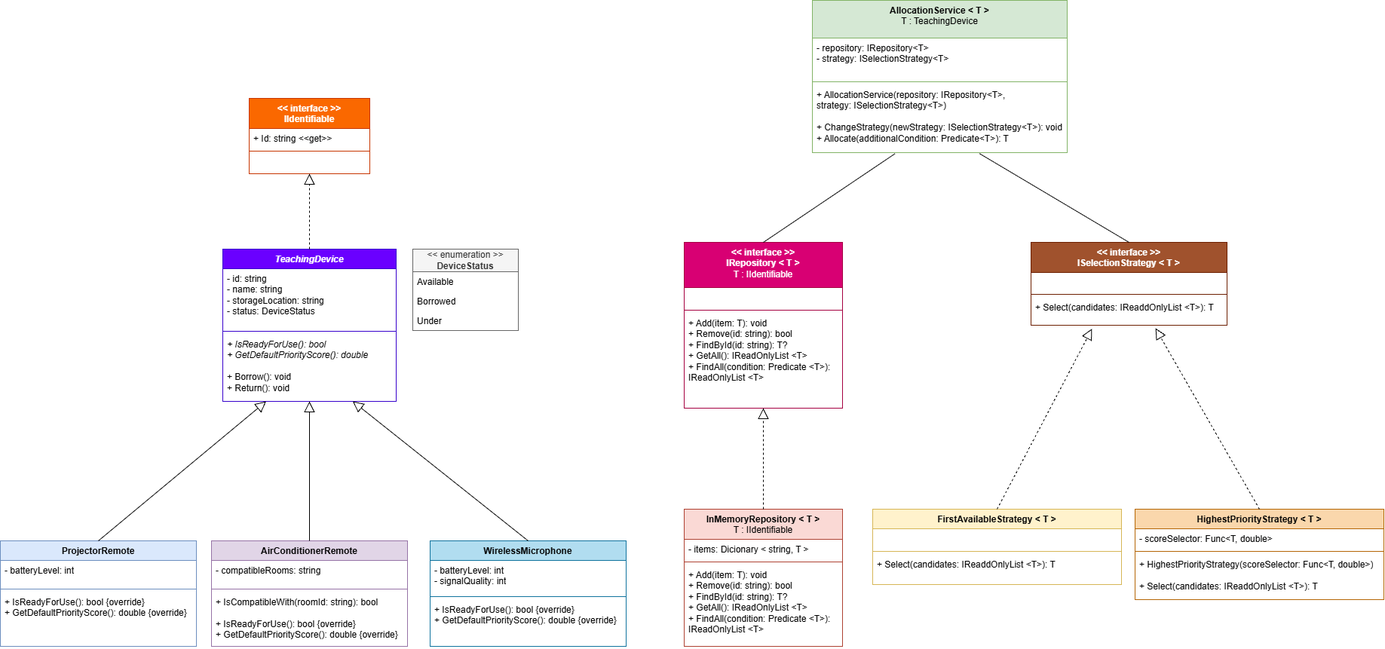
This is LAB_07/UML/Business_UML.png from Vithx06/OOP_LAB, a draw.io export, as it was before one commit. Source tidied: cells renumbered, new cells last; positions are measured from the earlier drawing's top-left corner, leaving out a move shared by most shapes.
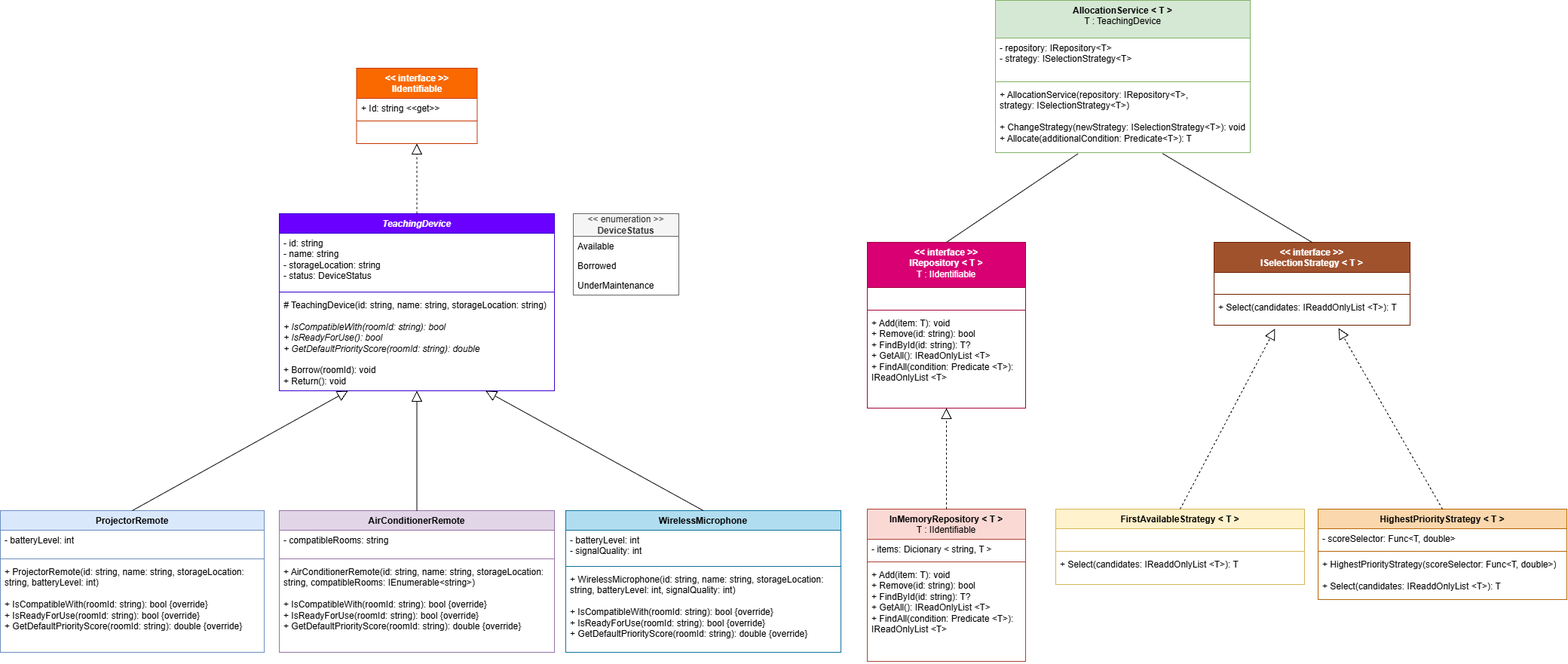
The same file after the commit.

Commit message:
Lab_07 update Business UML

Diff of the diagram source:
```diff
@@ -3,7 +3,7 @@
     <mxCell id="0" />
     <mxCell id="1" parent="0" />
     <mxCell id="2" value="&amp;lt;&amp;lt; enumeration &amp;gt;&amp;gt;&lt;div&gt;&lt;b&gt;DeviceStatus&lt;/b&gt;&lt;/div&gt;" style="swimlane;fontStyle=0;horizontal=1;startSize=30;fillColor=#f5f5f5;whiteSpace=wrap;html=1;fontColor=#333333;strokeColor=#666666;" parent="1" vertex="1">
-      <mxGeometry x="547" y="330" width="140" height="108" as="geometry" />
+      <mxGeometry x="537" y="303" width="140" height="108" as="geometry" />
     </mxCell>
     <mxCell id="3" value="Available" style="text;strokeColor=none;fillColor=none;align=left;verticalAlign=top;spacingLeft=4;spacingRight=4;overflow=hidden;whiteSpace=wrap;html=1;" parent="2" vertex="1">
       <mxGeometry y="30" width="140" height="26" as="geometry" />
@@ -11,56 +11,56 @@
     <mxCell id="4" value="Borrowed" style="text;strokeColor=none;fillColor=none;align=left;verticalAlign=top;spacingLeft=4;spacingRight=4;overflow=hidden;whiteSpace=wrap;html=1;" parent="2" vertex="1">
       <mxGeometry y="56" width="140" height="26" as="geometry" />
     </mxCell>
-    <mxCell id="5" value="Under" style="text;strokeColor=none;fillColor=none;align=left;verticalAlign=top;spacingLeft=4;spacingRight=4;overflow=hidden;whiteSpace=wrap;html=1;" parent="2" vertex="1">
+    <mxCell id="5" value="UnderMaintenance" style="text;strokeColor=none;fillColor=none;align=left;verticalAlign=top;spacingLeft=4;spacingRight=4;overflow=hidden;whiteSpace=wrap;html=1;" parent="2" vertex="1">
       <mxGeometry y="82" width="140" height="26" as="geometry" />
     </mxCell>
     <mxCell id="6" value="&lt;i&gt;TeachingDevice&lt;/i&gt;" style="swimlane;fontStyle=1;align=center;verticalAlign=top;horizontal=1;startSize=26;whiteSpace=wrap;html=1;fillColor=#6a00ff;fontColor=#ffffff;strokeColor=#3700CC;" parent="1" vertex="1">
-      <mxGeometry x="295" y="330" width="230" height="202" as="geometry" />
+      <mxGeometry x="147" y="303" width="365" height="235" as="geometry" />
     </mxCell>
     <mxCell id="7" value="- id: string&lt;div&gt;- name: string&lt;/div&gt;&lt;div&gt;- storageLocation: string&lt;/div&gt;&lt;div&gt;- status: DeviceStatus&lt;/div&gt;&lt;div&gt;&lt;br&gt;&lt;/div&gt;" style="text;strokeColor=none;fillColor=none;align=left;verticalAlign=top;spacingLeft=4;spacingRight=4;overflow=hidden;whiteSpace=wrap;html=1;" parent="6" vertex="1">
-      <mxGeometry y="26" width="230" height="79" as="geometry" />
+      <mxGeometry y="26" width="365" height="74" as="geometry" />
     </mxCell>
     <mxCell id="8" style="line;strokeWidth=1;fillColor=none;align=left;verticalAlign=middle;spacingTop=-1;spacingLeft=3;spacingRight=3;labelPosition=right;strokeColor=inherit;" parent="6" vertex="1">
-      <mxGeometry y="105" width="230" height="8" as="geometry" />
+      <mxGeometry y="100" width="365" height="8" as="geometry" />
     </mxCell>
-    <mxCell id="9" value="&lt;i&gt;+ IsReadyForUse(): bool&lt;/i&gt;&lt;div&gt;&lt;i&gt;+ GetDefaultPriorityScore(): double&lt;/i&gt;&lt;/div&gt;&lt;div&gt;&lt;i&gt;&lt;br&gt;&lt;/i&gt;&lt;/div&gt;&lt;div&gt;+ Borrow(): void&lt;/div&gt;&lt;div&gt;+ Return(): void&lt;/div&gt;" style="text;strokeColor=none;fillColor=none;align=left;verticalAlign=top;spacingLeft=4;spacingRight=4;overflow=hidden;whiteSpace=wrap;html=1;" parent="6" vertex="1">
-      <mxGeometry y="113" width="230" height="89" as="geometry" />
+    <mxCell id="9" value="&lt;div&gt;&lt;i style=&quot;background-color: transparent; color: light-dark(#000000, var(--ge-light-color, #ffffff));&quot;&gt;#&amp;nbsp;&lt;/i&gt;&lt;span style=&quot;background-color: transparent; color: light-dark(#000000, var(--ge-light-color, #ffffff));&quot;&gt;TeachingDevice(id: string, name: string, storageLocation: string)&lt;/span&gt;&lt;/div&gt;&lt;div&gt;&lt;i style=&quot;background-color: transparent; color: light-dark(#000000, var(--ge-light-color, #ffffff));&quot;&gt;&lt;br&gt;&lt;/i&gt;&lt;/div&gt;&lt;div&gt;&lt;i&gt;+ IsCompatibleWith(roomId: string): bool&lt;/i&gt;&lt;div&gt;&lt;/div&gt;&lt;/div&gt;&lt;div&gt;&lt;i style=&quot;background-color: transparent; color: light-dark(#000000, var(--ge-light-color, #ffffff));&quot;&gt;+ IsReadyForUse(): bool&lt;/i&gt;&lt;/div&gt;&lt;div&gt;&lt;i&gt;+ GetDefaultPriorityScore(roomId: string): double&lt;/i&gt;&lt;/div&gt;&lt;div&gt;&lt;i&gt;&lt;br&gt;&lt;/i&gt;&lt;/div&gt;&lt;div&gt;+ Borrow(roomId): void&lt;/div&gt;&lt;div&gt;+ Return(): void&lt;/div&gt;" style="text;strokeColor=none;fillColor=none;align=left;verticalAlign=top;spacingLeft=4;spacingRight=4;overflow=hidden;whiteSpace=wrap;html=1;" parent="6" vertex="1">
+      <mxGeometry y="108" width="365" height="127" as="geometry" />
     </mxCell>
     <mxCell id="10" value="ProjectorRemote" style="swimlane;fontStyle=1;align=center;verticalAlign=top;horizontal=1;startSize=26;whiteSpace=wrap;html=1;fillColor=#dae8fc;strokeColor=#6c8ebf;" parent="1" vertex="1">
-      <mxGeometry y="717" width="260" height="140" as="geometry" />
+      <mxGeometry x="-223" y="697" width="350" height="188" as="geometry" />
     </mxCell>
     <mxCell id="11" value="- batteryLevel: int" style="text;strokeColor=none;fillColor=none;align=left;verticalAlign=top;spacingLeft=4;spacingRight=4;overflow=hidden;whiteSpace=wrap;html=1;" parent="10" vertex="1">
-      <mxGeometry y="26" width="260" height="34" as="geometry" />
+      <mxGeometry y="26" width="350" height="34" as="geometry" />
     </mxCell>
     <mxCell id="12" style="line;strokeWidth=1;fillColor=none;align=left;verticalAlign=middle;spacingTop=-1;spacingLeft=3;spacingRight=3;labelPosition=right;strokeColor=inherit;" parent="10" vertex="1">
-      <mxGeometry y="60" width="260" height="8" as="geometry" />
+      <mxGeometry y="60" width="350" height="8" as="geometry" />
     </mxCell>
-    <mxCell id="13" value="+ IsReadyForUse(): bool {override}&lt;div&gt;+ GetDefaultPriorityScore(): double {override}&lt;/div&gt;" style="text;strokeColor=none;fillColor=none;align=left;verticalAlign=top;spacingLeft=4;spacingRight=4;overflow=hidden;whiteSpace=wrap;html=1;" parent="10" vertex="1">
-      <mxGeometry y="68" width="260" height="72" as="geometry" />
+    <mxCell id="13" value="&lt;div&gt;+&amp;nbsp;&lt;span style=&quot;background-color: transparent; color: light-dark(#000000, var(--ge-light-color, #ffffff));&quot;&gt;ProjectorRemote(id: string, name: string, storageLocation: string, batteryLevel: int)&lt;/span&gt;&lt;/div&gt;&lt;div&gt;&lt;br&gt;&lt;/div&gt;&lt;div&gt;+ IsCompatibleWith(roomId: string): bool&amp;nbsp;&lt;span style=&quot;background-color: transparent; color: light-dark(#000000, var(--ge-light-color, #ffffff));&quot;&gt;{override}&lt;/span&gt;&lt;div&gt;&lt;/div&gt;&lt;/div&gt;&lt;div&gt;&lt;span style=&quot;background-color: transparent;&quot;&gt;+ IsReadyForUse(roomId: string): bool&lt;/span&gt;&lt;span style=&quot;background-color: transparent; color: light-dark(#000000, var(--ge-light-color, #ffffff));&quot;&gt;&amp;nbsp;{override}&lt;/span&gt;&lt;/div&gt;&lt;div&gt;&lt;div&gt;+ GetDefaultPriorityScore(roomId: string): double&amp;nbsp;&lt;span style=&quot;background-color: transparent; color: light-dark(#000000, var(--ge-light-color, #ffffff));&quot;&gt;{override}&lt;/span&gt;&lt;/div&gt;&lt;/div&gt;&lt;div&gt;&lt;i&gt;&lt;br&gt;&lt;/i&gt;&lt;/div&gt;" style="text;strokeColor=none;fillColor=none;align=left;verticalAlign=top;spacingLeft=4;spacingRight=4;overflow=hidden;whiteSpace=wrap;html=1;" parent="10" vertex="1">
+      <mxGeometry y="68" width="350" height="120" as="geometry" />
     </mxCell>
     <mxCell id="14" value="AirConditionerRemote" style="swimlane;fontStyle=1;align=center;verticalAlign=top;horizontal=1;startSize=26;whiteSpace=wrap;html=1;fillColor=#e1d5e7;strokeColor=#9673a6;" parent="1" vertex="1">
-      <mxGeometry x="280" y="717" width="260" height="140" as="geometry" />
+      <mxGeometry x="147" y="697" width="365" height="188" as="geometry" />
     </mxCell>
     <mxCell id="15" value="- compatibleRooms: string" style="text;strokeColor=none;fillColor=none;align=left;verticalAlign=top;spacingLeft=4;spacingRight=4;overflow=hidden;whiteSpace=wrap;html=1;" parent="14" vertex="1">
-      <mxGeometry y="26" width="260" height="34" as="geometry" />
+      <mxGeometry y="26" width="365" height="34" as="geometry" />
     </mxCell>
     <mxCell id="16" style="line;strokeWidth=1;fillColor=none;align=left;verticalAlign=middle;spacingTop=-1;spacingLeft=3;spacingRight=3;labelPosition=right;strokeColor=inherit;" parent="14" vertex="1">
-      <mxGeometry y="60" width="260" height="8" as="geometry" />
+      <mxGeometry y="60" width="365" height="8" as="geometry" />
     </mxCell>
-    <mxCell id="17" value="+ IsCompatibleWith(roomId: string): bool&lt;div&gt;&lt;br&gt;&lt;/div&gt;&lt;div&gt;+ IsReadyForUse(): bool {override}&lt;/div&gt;&lt;div&gt;+ GetDefaultPriorityScore(): double {override}&lt;/div&gt;" style="text;strokeColor=none;fillColor=none;align=left;verticalAlign=top;spacingLeft=4;spacingRight=4;overflow=hidden;whiteSpace=wrap;html=1;" parent="14" vertex="1">
-      <mxGeometry y="68" width="260" height="72" as="geometry" />
+    <mxCell id="17" value="&lt;div&gt;+&amp;nbsp;&lt;span style=&quot;background-color: transparent; color: light-dark(#000000, var(--ge-light-color, #ffffff));&quot;&gt;AirConditionerRemote(id: string, name: string, storageLocation: string, compatibleRooms: IEnumerable&amp;lt;string&amp;gt;)&lt;/span&gt;&lt;/div&gt;&lt;div&gt;&lt;br&gt;&lt;/div&gt;+ IsCompatibleWith(roomId: string): bool {override}&lt;div&gt;&lt;div&gt;&lt;span style=&quot;background-color: transparent;&quot;&gt;+ IsReadyForUse(roomId: string): bool&lt;/span&gt;&lt;span style=&quot;background-color: transparent;&quot;&gt; {override}&lt;/span&gt;&lt;/div&gt;&lt;div&gt;+ GetDefaultPriorityScore(roomId: string): double &lt;span style=&quot;background-color: transparent;&quot;&gt;{override}&lt;/span&gt;&lt;/div&gt;&lt;/div&gt;&lt;div&gt;&lt;span style=&quot;background-color: transparent;&quot;&gt;&lt;br&gt;&lt;/span&gt;&lt;/div&gt;" style="text;strokeColor=none;fillColor=none;align=left;verticalAlign=top;spacingLeft=4;spacingRight=4;overflow=hidden;whiteSpace=wrap;html=1;" parent="14" vertex="1">
+      <mxGeometry y="68" width="365" height="120" as="geometry" />
     </mxCell>
     <mxCell id="18" value="WirelessMicrophone" style="swimlane;fontStyle=1;align=center;verticalAlign=top;horizontal=1;startSize=26;whiteSpace=wrap;html=1;fillColor=#b1ddf0;strokeColor=#10739e;" parent="1" vertex="1">
-      <mxGeometry x="570" y="717" width="260" height="140" as="geometry" />
+      <mxGeometry x="527" y="697" width="365" height="188" as="geometry" />
     </mxCell>
     <mxCell id="19" value="- batteryLevel: int&lt;div&gt;- signalQuality: int&lt;/div&gt;" style="text;strokeColor=none;fillColor=none;align=left;verticalAlign=top;spacingLeft=4;spacingRight=4;overflow=hidden;whiteSpace=wrap;html=1;" parent="18" vertex="1">
-      <mxGeometry y="26" width="260" height="44" as="geometry" />
+      <mxGeometry y="26" width="365" height="44" as="geometry" />
     </mxCell>
     <mxCell id="20" style="line;strokeWidth=1;fillColor=none;align=left;verticalAlign=middle;spacingTop=-1;spacingLeft=3;spacingRight=3;labelPosition=right;strokeColor=inherit;" parent="18" vertex="1">
-      <mxGeometry y="70" width="260" height="8" as="geometry" />
+      <mxGeometry y="70" width="365" height="8" as="geometry" />
     </mxCell>
-    <mxCell id="21" value="+ IsReadyForUse(): bool {override}&lt;div&gt;+ GetDefaultPriorityScore(): double {override}&lt;/div&gt;" style="text;strokeColor=none;fillColor=none;align=left;verticalAlign=top;spacingLeft=4;spacingRight=4;overflow=hidden;whiteSpace=wrap;html=1;" parent="18" vertex="1">
-      <mxGeometry y="78" width="260" height="62" as="geometry" />
+    <mxCell id="21" value="&lt;div&gt;+&amp;nbsp;&lt;span style=&quot;background-color: transparent; color: light-dark(#000000, var(--ge-light-color, #ffffff));&quot;&gt;WirelessMicrophone(id: string, name: string, storageLocation: string, batteryLevel: int, signalQuality: int)&lt;/span&gt;&lt;/div&gt;&lt;div&gt;&lt;span style=&quot;background-color: transparent; color: light-dark(#000000, var(--ge-light-color, #ffffff));&quot;&gt;&lt;br&gt;&lt;/span&gt;&lt;/div&gt;&lt;div&gt;+ IsCompatibleWith(roomId: string): bool&amp;nbsp;&lt;span style=&quot;background-color: transparent; color: light-dark(#000000, var(--ge-light-color, #ffffff));&quot;&gt;{override}&lt;/span&gt;&lt;div&gt;&lt;/div&gt;&lt;/div&gt;&lt;div&gt;&lt;div&gt;&lt;span style=&quot;background-color: transparent;&quot;&gt;+ IsReadyForUse(roomId: string): bool&lt;/span&gt;&lt;span style=&quot;background-color: transparent;&quot;&gt; {override}&lt;/span&gt;&lt;/div&gt;&lt;div&gt;+ GetDefaultPriorityScore(roomId: string): double &lt;span style=&quot;background-color: transparent;&quot;&gt;{override}&lt;/span&gt;&lt;/div&gt;&lt;/div&gt;&lt;div&gt;&lt;span style=&quot;background-color: transparent;&quot;&gt;&lt;br&gt;&lt;/span&gt;&lt;/div&gt;" style="text;strokeColor=none;fillColor=none;align=left;verticalAlign=top;spacingLeft=4;spacingRight=4;overflow=hidden;whiteSpace=wrap;html=1;" parent="18" vertex="1">
+      <mxGeometry y="78" width="365" height="110" as="geometry" />
     </mxCell>
     <mxCell id="22" style="endArrow=block;endFill=0;endSize=12;html=1;rounded=0;entryX=0.25;entryY=1;entryDx=0;entryDy=0;exitX=0.5;exitY=0;exitDx=0;exitDy=0;" parent="1" edge="1" source="10" target="6">
       <mxGeometry relative="1" as="geometry" />
@@ -72,7 +72,7 @@
       <mxGeometry relative="1" as="geometry" />
     </mxCell>
     <mxCell id="25" value="&lt;span style=&quot;color: rgb(255, 255, 255);&quot;&gt;&amp;lt;&amp;lt; interface &amp;gt;&amp;gt;&lt;/span&gt;&lt;div&gt;&lt;span style=&quot;color: rgb(255, 255, 255);&quot;&gt;IIdentifiable&lt;/span&gt;&lt;/div&gt;" style="swimlane;fontStyle=1;align=center;verticalAlign=top;horizontal=1;startSize=40;whiteSpace=wrap;html=1;fillColor=#fa6800;fontColor=#000000;strokeColor=#C73500;" parent="1" vertex="1">
-      <mxGeometry x="330" y="130" width="160" height="100" as="geometry" />
+      <mxGeometry x="249.5" y="110" width="160" height="100" as="geometry" />
     </mxCell>
     <mxCell id="26" value="+ Id: string &amp;lt;&amp;lt;get&amp;gt;&amp;gt;" style="text;strokeColor=none;fillColor=none;align=left;verticalAlign=top;spacingLeft=4;spacingRight=4;overflow=hidden;whiteSpace=wrap;html=1;" parent="25" vertex="1">
       <mxGeometry y="40" width="160" height="26" as="geometry" />
@@ -84,7 +84,7 @@
       <mxGeometry y="74" width="160" height="26" as="geometry" />
     </mxCell>
     <mxCell id="29" value="&amp;lt;&amp;lt; interface &amp;gt;&amp;gt;&lt;div&gt;IRepository &amp;lt; T &amp;gt;&lt;/div&gt;&lt;div&gt;&lt;span style=&quot;font-weight: normal;&quot;&gt;T : IIdentifiable&lt;/span&gt;&lt;/div&gt;" style="swimlane;fontStyle=1;align=center;verticalAlign=top;horizontal=1;startSize=60;whiteSpace=wrap;html=1;fillColor=#d80073;fontColor=#ffffff;strokeColor=#A50040;" parent="1" vertex="1">
-      <mxGeometry x="907" y="321" width="210" height="220" as="geometry" />
+      <mxGeometry x="927" y="341" width="210" height="220" as="geometry" />
     </mxCell>
     <mxCell id="30" value="&amp;nbsp;" style="text;strokeColor=none;fillColor=none;align=left;verticalAlign=top;spacingLeft=4;spacingRight=4;overflow=hidden;whiteSpace=wrap;html=1;" parent="29" vertex="1">
       <mxGeometry y="60" width="210" height="26" as="geometry" />
@@ -96,7 +96,7 @@
       <mxGeometry y="94" width="210" height="126" as="geometry" />
     </mxCell>
     <mxCell id="33" value="InMemoryRepository &amp;lt; T &amp;gt;&lt;div&gt;&lt;span style=&quot;font-weight: normal;&quot;&gt;T : IIdentifiable&lt;/span&gt;&lt;/div&gt;" style="swimlane;fontStyle=1;align=center;verticalAlign=top;horizontal=1;startSize=40;whiteSpace=wrap;html=1;fillColor=#fad9d5;strokeColor=#ae4132;" parent="1" vertex="1">
-      <mxGeometry x="907" y="675" width="210" height="182" as="geometry" />
+      <mxGeometry x="927" y="695" width="210" height="202" as="geometry" />
     </mxCell>
     <mxCell id="34" value="- items: Dicionary &amp;lt; string, T &amp;gt;" style="text;strokeColor=none;fillColor=none;align=left;verticalAlign=top;spacingLeft=4;spacingRight=4;overflow=hidden;whiteSpace=wrap;html=1;" parent="33" vertex="1">
       <mxGeometry y="40" width="210" height="26" as="geometry" />
@@ -105,10 +105,10 @@
       <mxGeometry y="66" width="210" height="8" as="geometry" />
     </mxCell>
     <mxCell id="36" value="+ Add(item: T): void&lt;div&gt;+ Remove(id: string): bool&lt;/div&gt;&lt;div&gt;+ FindById(id: string): T?&lt;/div&gt;&lt;div&gt;+ GetAll(): IReadOnlyList &amp;lt;T&amp;gt;&lt;/div&gt;&lt;div&gt;+ FindAll(condition: Predicate &amp;lt;T&amp;gt;): IReadOnlyList &amp;lt;T&amp;gt;&lt;/div&gt;" style="text;strokeColor=none;fillColor=none;align=left;verticalAlign=top;spacingLeft=4;spacingRight=4;overflow=hidden;whiteSpace=wrap;html=1;" parent="33" vertex="1">
-      <mxGeometry y="74" width="210" height="108" as="geometry" />
+      <mxGeometry y="74" width="210" height="128" as="geometry" />
     </mxCell>
     <mxCell id="37" value="&amp;lt;&amp;lt; interface &amp;gt;&amp;gt;&lt;div&gt;ISelectionStrategy &amp;lt; T &amp;gt;&lt;/div&gt;" style="swimlane;fontStyle=1;align=center;verticalAlign=top;horizontal=1;startSize=40;whiteSpace=wrap;html=1;fillColor=#a0522d;fontColor=#ffffff;strokeColor=#6D1F00;" parent="1" vertex="1">
-      <mxGeometry x="1367" y="321" width="260" height="110" as="geometry" />
+      <mxGeometry x="1387" y="341" width="260" height="110" as="geometry" />
     </mxCell>
     <mxCell id="38" value="&amp;nbsp;" style="text;strokeColor=none;fillColor=none;align=left;verticalAlign=top;spacingLeft=4;spacingRight=4;overflow=hidden;whiteSpace=wrap;html=1;" parent="37" vertex="1">
       <mxGeometry y="40" width="260" height="25" as="geometry" />
@@ -120,7 +120,7 @@
       <mxGeometry y="73" width="260" height="37" as="geometry" />
     </mxCell>
     <mxCell id="41" value="FirstAvailableStrategy &amp;lt; T &amp;gt;" style="swimlane;fontStyle=1;align=center;verticalAlign=top;horizontal=1;startSize=26;whiteSpace=wrap;html=1;fillColor=#fff2cc;strokeColor=#d6b656;" parent="1" vertex="1">
-      <mxGeometry x="1157" y="675" width="330" height="100" as="geometry" />
+      <mxGeometry x="1177" y="695" width="330" height="100" as="geometry" />
     </mxCell>
     <mxCell id="42" value="&amp;nbsp;" style="text;strokeColor=none;fillColor=none;align=left;verticalAlign=top;spacingLeft=4;spacingRight=4;overflow=hidden;whiteSpace=wrap;html=1;" parent="41" vertex="1">
       <mxGeometry y="26" width="330" height="26" as="geometry" />
@@ -132,7 +132,7 @@
       <mxGeometry y="60" width="330" height="40" as="geometry" />
     </mxCell>
     <mxCell id="45" value="HighestPriorityStrategy &amp;lt; T &amp;gt;" style="swimlane;fontStyle=1;align=center;verticalAlign=top;horizontal=1;startSize=26;whiteSpace=wrap;html=1;fillColor=#fad7ac;strokeColor=#b46504;" parent="1" vertex="1">
-      <mxGeometry x="1505" y="675" width="330" height="120" as="geometry" />
+      <mxGeometry x="1525" y="695" width="330" height="120" as="geometry" />
     </mxCell>
     <mxCell id="46" value="- scoreSelector: Func&amp;lt;T, double&amp;gt;" style="text;strokeColor=none;fillColor=none;align=left;verticalAlign=top;spacingLeft=4;spacingRight=4;overflow=hidden;whiteSpace=wrap;html=1;" parent="45" vertex="1">
       <mxGeometry y="26" width="330" height="26" as="geometry" />
@@ -144,7 +144,7 @@
       <mxGeometry y="60" width="330" height="60" as="geometry" />
     </mxCell>
     <mxCell id="49" value="AllocationService &amp;lt; T &amp;gt;&lt;div&gt;&lt;span style=&quot;font-weight: normal;&quot;&gt;T : TeachingDevice&lt;/span&gt;&lt;/div&gt;" style="swimlane;fontStyle=1;align=center;verticalAlign=top;horizontal=1;startSize=50;whiteSpace=wrap;html=1;fillColor=#d5e8d4;strokeColor=#82b366;" parent="1" vertex="1">
-      <mxGeometry x="1077" width="338" height="202" as="geometry" />
+      <mxGeometry x="1097" y="20" width="338" height="202" as="geometry" />
     </mxCell>
     <mxCell id="50" value="- repository: IRepository&amp;lt;T&amp;gt;&amp;nbsp;&lt;div&gt;- strategy: ISelectionStrategy&amp;lt;T&amp;gt;&lt;/div&gt;" style="text;strokeColor=none;fillColor=none;align=left;verticalAlign=top;spacingLeft=4;spacingRight=4;overflow=hidden;whiteSpace=wrap;html=1;" parent="49" vertex="1">
       <mxGeometry y="50" width="338" height="54" as="geometry" />
```
